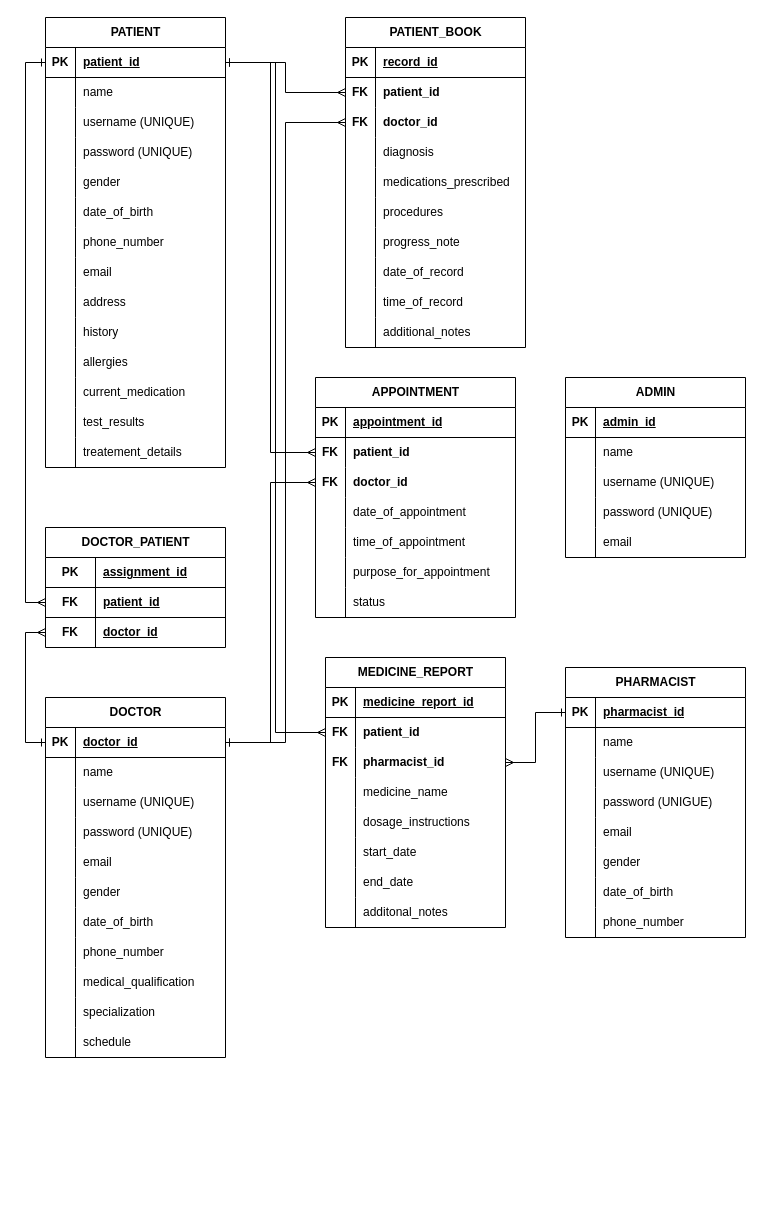
Earlier version of the draw.io diagram healthmanagementsystem.drawio (Holison18/Data-Base-ER-diagrams). Source tidied: cells renumbered, new cells numbered last; positions are measured from the earlier drawing's top-left corner, leaving out a move shared by most shapes. Both pictures are drawn from the tidied source at 100%, with x=0, y=0 at pixel (45, 17).
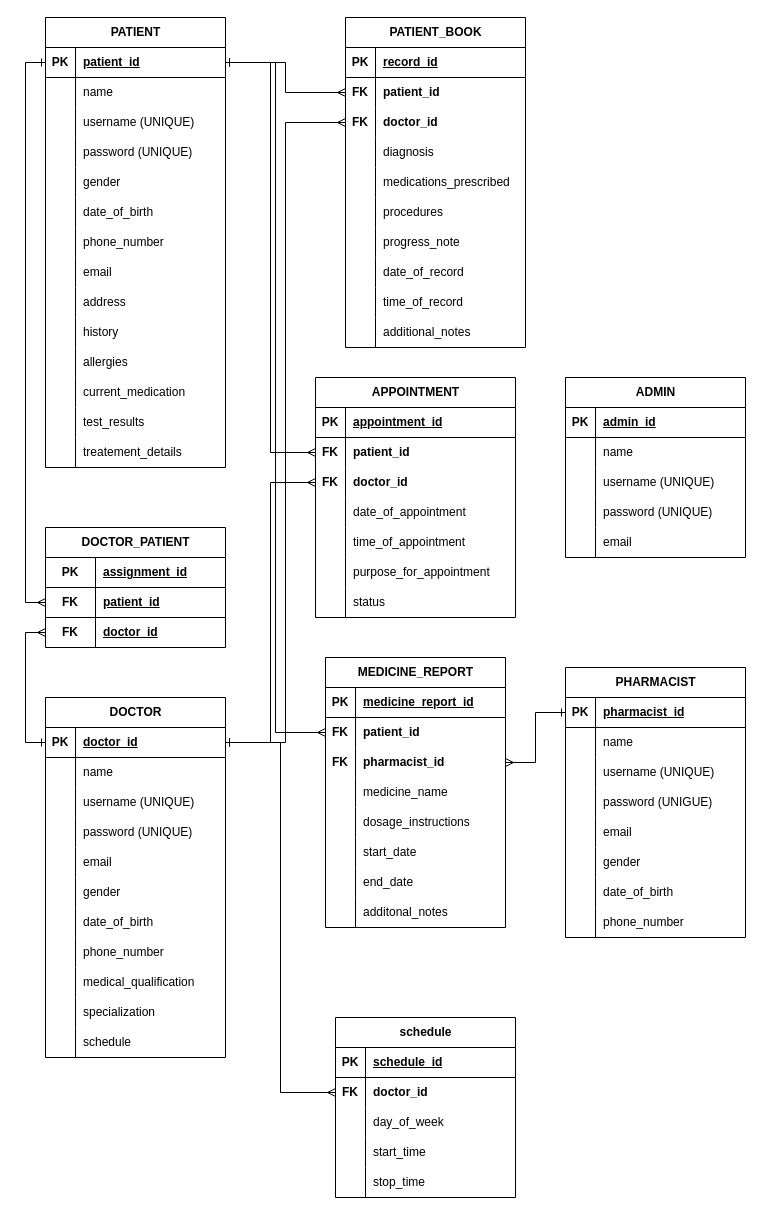
The same page after the edit.

The change refers to these unchanged cells:
```xml
<mxCell id="62" style="shape=tableRow;horizontal=0;startSize=0;swimlaneHead=0;swimlaneBody=0;fillColor=none;points=[[0,0.5],[1,0.5]];portConstraint=eastwest;top=0;left=0;right=0;bottom=1;" parent="61" vertex="1">
  <mxGeometry y="30" width="180" height="30" as="geometry" />
</mxCell>
```

Change to the diagram source:
```diff
@@
+    <mxCell id="216" value="schedule" style="shape=table;startSize=30;childLayout=tableLayout;rowLines=0;fontStyle=1;align=center;html=1;" parent="1" vertex="1">
+      <mxGeometry x="290" y="1000" width="180" height="180" as="geometry" />
+    </mxCell>
+    <mxCell id="217" style="shape=tableRow;horizontal=0;startSize=0;swimlaneHead=0;swimlaneBody=0;fillColor=none;top=0;left=0;right=0;bottom=1;" parent="216" vertex="1">
+      <mxGeometry y="30" width="180" height="30" as="geometry" />
+    </mxCell>
+    <mxCell id="218" value="PK" style="shape=partialRectangle;fillColor=none;top=0;left=0;bottom=0;right=0;fontStyle=1;overflow=hidden;whiteSpace=wrap;html=1;" parent="217" vertex="1">
+      <mxGeometry width="30" height="30" as="geometry" />
+    </mxCell>
+    <mxCell id="219" value="schedule_id" style="shape=partialRectangle;fillColor=none;top=0;left=0;bottom=0;right=0;align=left;spacingLeft=6;fontStyle=5;overflow=hidden;whiteSpace=wrap;html=1;" parent="217" vertex="1">
+      <mxGeometry x="30" width="150" height="30" as="geometry" />
+    </mxCell>
+    <mxCell id="220" style="shape=tableRow;horizontal=0;startSize=0;swimlaneHead=0;swimlaneBody=0;fillColor=none;points=[[0,0.5],[1,0.5]];portConstraint=eastwest;top=0;left=0;right=0;bottom=0;" parent="216" vertex="1">
+      <mxGeometry y="60" width="180" height="30" as="geometry" />
+    </mxCell>
+    <mxCell id="221" value="&lt;b&gt;FK&lt;/b&gt;" style="shape=partialRectangle;fillColor=none;top=0;left=0;bottom=0;right=0;overflow=hidden;whiteSpace=wrap;html=1;" parent="220" vertex="1">
+      <mxGeometry width="30" height="30" as="geometry" />
+    </mxCell>
+    <mxCell id="222" value="&lt;b&gt;doctor_id&lt;/b&gt;" style="shape=partialRectangle;fillColor=none;top=0;left=0;bottom=0;right=0;align=left;spacingLeft=6;overflow=hidden;whiteSpace=wrap;html=1;" parent="220" vertex="1">
+      <mxGeometry x="30" width="150" height="30" as="geometry" />
+    </mxCell>
+    <mxCell id="223" style="shape=tableRow;horizontal=0;startSize=0;swimlaneHead=0;swimlaneBody=0;fillColor=none;top=0;left=0;right=0;bottom=0;" parent="216" vertex="1">
+      <mxGeometry y="90" width="180" height="30" as="geometry" />
+    </mxCell>
+    <mxCell id="224" style="shape=partialRectangle;fillColor=none;top=0;left=0;bottom=0;right=0;overflow=hidden;whiteSpace=wrap;html=1;" parent="223" vertex="1">
+      <mxGeometry width="30" height="30" as="geometry" />
+    </mxCell>
+    <mxCell id="225" value="day_of_week" style="shape=partialRectangle;fillColor=none;top=0;left=0;bottom=0;right=0;align=left;spacingLeft=6;overflow=hidden;whiteSpace=wrap;html=1;" parent="223" vertex="1">
+      <mxGeometry x="30" width="150" height="30" as="geometry" />
+    </mxCell>
+    <mxCell id="226" style="shape=tableRow;horizontal=0;startSize=0;swimlaneHead=0;swimlaneBody=0;fillColor=none;top=0;left=0;right=0;bottom=0;" parent="216" vertex="1">
+      <mxGeometry y="120" width="180" height="30" as="geometry" />
+    </mxCell>
+    <mxCell id="227" style="shape=partialRectangle;fillColor=none;top=0;left=0;bottom=0;right=0;overflow=hidden;whiteSpace=wrap;html=1;" parent="226" vertex="1">
+      <mxGeometry width="30" height="30" as="geometry" />
+    </mxCell>
+    <mxCell id="228" value="start_time" style="shape=partialRectangle;fillColor=none;top=0;left=0;bottom=0;right=0;align=left;spacingLeft=6;overflow=hidden;whiteSpace=wrap;html=1;" parent="226" vertex="1">
+      <mxGeometry x="30" width="150" height="30" as="geometry" />
+    </mxCell>
+    <mxCell id="229" style="shape=tableRow;horizontal=0;startSize=0;swimlaneHead=0;swimlaneBody=0;fillColor=none;top=0;left=0;right=0;bottom=0;" parent="216" vertex="1">
+      <mxGeometry y="150" width="180" height="30" as="geometry" />
+    </mxCell>
+    <mxCell id="230" style="shape=partialRectangle;fillColor=none;top=0;left=0;bottom=0;right=0;overflow=hidden;whiteSpace=wrap;html=1;" parent="229" vertex="1">
+      <mxGeometry width="30" height="30" as="geometry" />
+    </mxCell>
+    <mxCell id="231" value="stop_time" style="shape=partialRectangle;fillColor=none;top=0;left=0;bottom=0;right=0;align=left;spacingLeft=6;overflow=hidden;whiteSpace=wrap;html=1;" parent="229" vertex="1">
+      <mxGeometry x="30" width="150" height="30" as="geometry" />
+    </mxCell>
+    <mxCell id="232" style="edgeStyle=orthogonalEdgeStyle;rounded=0;jettySize=auto;html=1;endArrow=ERmany;endFill=0;startArrow=ERone;startFill=0;" parent="1" edge="1" source="62" target="220">
+      <mxGeometry relative="1" as="geometry" />
+    </mxCell>
```
